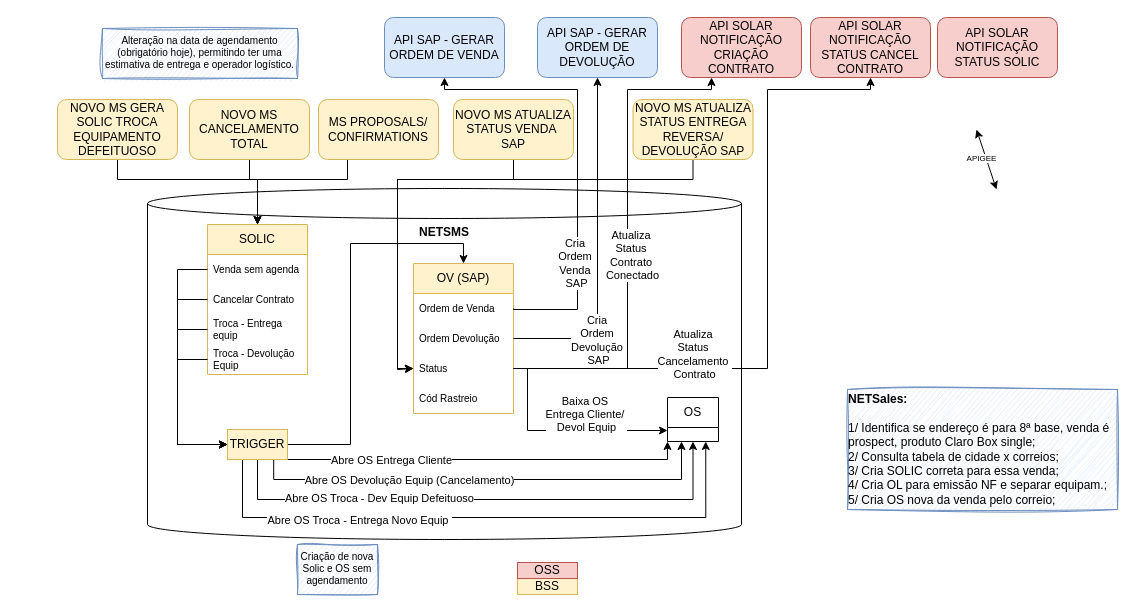
Earlier version of the draw.io diagram page "NETsales 8a base v11" (11 of 12) of 103976_106614-Entrega de equipamento via meio alternativo-Correios.drawio (samirali/ClaroBrasil). Source tidied: cells renumbered, new cells numbered last; positions are measured from the earlier drawing's top-left corner, leaving out a move shared by most shapes. Both pictures are drawn from the tidied source at 100%, with x=0, y=0 at pixel (57, 17).
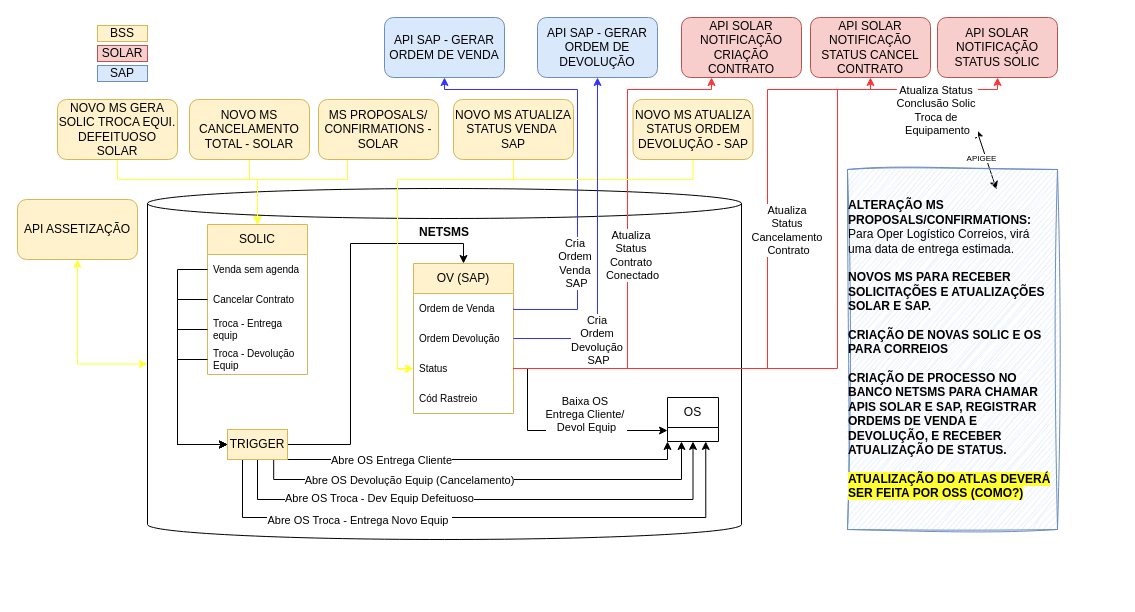
The same page after the edit.

Unchanged cells that the change refers to:
```xml
<mxCell id="2" value="&lt;b&gt;NETSMS&lt;/b&gt;" style="shape=cylinder3;whiteSpace=wrap;html=1;boundedLbl=1;backgroundOutline=1;size=15;verticalAlign=top;" parent="1" vertex="1">
  <mxGeometry x="90" y="171" width="594" height="351" as="geometry" />
</mxCell>
<mxCell id="29" value="API SAP - GERAR ORDEM DE VENDA" style="rounded=1;whiteSpace=wrap;html=1;fillColor=#dae8fc;strokeColor=#6c8ebf;" parent="1" vertex="1">
  <mxGeometry x="327" width="120" height="60" as="geometry" />
</mxCell>
<mxCell id="31" value="NOVO MS ATUALIZA STATUS VENDA&amp;nbsp; SAP" style="rounded=1;whiteSpace=wrap;html=1;fillColor=#fff2cc;strokeColor=#d6b656;" parent="1" vertex="1">
  <mxGeometry x="396" y="82" width="120" height="60" as="geometry" />
</mxCell>
<mxCell id="32" value="API SOLAR NOTIFICAÇÃO CRIAÇÃO CONTRATO" style="rounded=1;whiteSpace=wrap;html=1;fillColor=#f8cecc;strokeColor=#b85450;" parent="1" vertex="1">
  <mxGeometry x="624" width="120" height="60" as="geometry" />
</mxCell>
<mxCell id="33" value="SOLIC" style="swimlane;fontStyle=0;horizontal=1;startSize=30;whiteSpace=wrap;html=1;fillColor=#fff2cc;strokeColor=#d6b656;" parent="1" vertex="1">
  <mxGeometry x="150" y="207" width="100" height="150" as="geometry" />
</mxCell>
<mxCell id="39" value="Ordem de Venda" style="text;strokeColor=none;fillColor=none;align=left;verticalAlign=middle;spacingLeft=4;spacingRight=4;overflow=hidden;points=[[0,0.5],[1,0.5]];portConstraint=eastwest;whiteSpace=wrap;html=1;fontSize=10;" parent="38" vertex="1">
  <mxGeometry y="30" width="100" height="30" as="geometry" />
</mxCell>
<mxCell id="40" value="Ordem Devolução" style="text;strokeColor=none;fillColor=none;align=left;verticalAlign=middle;spacingLeft=4;spacingRight=4;overflow=hidden;points=[[0,0.5],[1,0.5]];portConstraint=eastwest;whiteSpace=wrap;html=1;fontSize=10;" parent="38" vertex="1">
  <mxGeometry y="60" width="100" height="30" as="geometry" />
</mxCell>
<mxCell id="41" value="Status" style="text;strokeColor=none;fillColor=none;align=left;verticalAlign=middle;spacingLeft=4;spacingRight=4;overflow=hidden;points=[[0,0.5],[1,0.5]];portConstraint=eastwest;whiteSpace=wrap;html=1;fontSize=10;" parent="38" vertex="1">
  <mxGeometry y="90" width="100" height="30" as="geometry" />
</mxCell>
<mxCell id="51" value="API SOLAR NOTIFICAÇÃO STATUS CANCEL CONTRATO" style="rounded=1;whiteSpace=wrap;html=1;fillColor=#f8cecc;strokeColor=#b85450;" parent="1" vertex="1">
  <mxGeometry x="753" width="120" height="60" as="geometry" />
</mxCell>
<mxCell id="56" value="API SAP - GERAR ORDEM DE DEVOLUÇÃO" style="rounded=1;whiteSpace=wrap;html=1;fillColor=#dae8fc;strokeColor=#6c8ebf;" parent="1" vertex="1">
  <mxGeometry x="480" width="120" height="60" as="geometry" />
</mxCell>
<mxCell id="63" value="API SOLAR NOTIFICAÇÃO STATUS SOLIC" style="rounded=1;whiteSpace=wrap;html=1;fillColor=#f8cecc;strokeColor=#b85450;" parent="1" vertex="1">
  <mxGeometry x="880" width="120" height="60" as="geometry" />
</mxCell>
```

Diff of the diagram source:
```diff
@@
-    <mxCell id="20" value="&lt;div style=&quot;text-align: left;&quot;&gt;&lt;span style=&quot;background-color: initial;&quot;&gt;&lt;b&gt;NETSales:&lt;/b&gt;&lt;/span&gt;&lt;/div&gt;&lt;span style=&quot;background-color: initial;&quot;&gt;&lt;div style=&quot;text-align: left;&quot;&gt;&lt;span style=&quot;background-color: initial;&quot;&gt;&lt;br&gt;&lt;/span&gt;&lt;/div&gt;&lt;div style=&quot;text-align: left;&quot;&gt;&lt;span style=&quot;background-color: initial;&quot;&gt;1/ Identifica se endereço é para 8ª base,&amp;nbsp;&lt;/span&gt;&lt;span style=&quot;background-color: initial;&quot;&gt;venda é prospect,&amp;nbsp;&lt;/span&gt;&lt;span style=&quot;background-color: initial;&quot;&gt;produto Claro Box&amp;nbsp;&lt;/span&gt;&lt;span style=&quot;background-color: initial;&quot;&gt;single;&lt;/span&gt;&lt;/div&gt;&lt;div style=&quot;text-align: left;&quot;&gt;&lt;span style=&quot;background-color: initial;&quot;&gt;2/ Consulta tabela de cidade x correios;&lt;/span&gt;&lt;br&gt;&lt;/div&gt;&lt;/span&gt;&lt;span style=&quot;background-color: initial;&quot;&gt;&lt;div style=&quot;text-align: left;&quot;&gt;&lt;span style=&quot;background-color: initial;&quot;&gt;3/&amp;nbsp;&lt;/span&gt;&lt;span style=&quot;background-color: initial;&quot;&gt;Cria SOLIC correta para essa venda;&lt;/span&gt;&lt;/div&gt;&lt;div style=&quot;text-align: left;&quot;&gt;&lt;span style=&quot;background-color: initial;&quot;&gt;4/ Cria OL para emissão NF e separar equipam.;&lt;/span&gt;&lt;/div&gt;&lt;div style=&quot;text-align: left;&quot;&gt;&lt;span style=&quot;background-color: initial;&quot;&gt;5/ Cria OS nova da venda pelo correio;&lt;/span&gt;&lt;/div&gt;&lt;/span&gt;" style="text;html=1;strokeColor=#6c8ebf;fillColor=#dae8fc;align=center;verticalAlign=middle;whiteSpace=wrap;rounded=0;sketch=1;curveFitting=1;jiggle=2;" parent="1" vertex="1">
-      <mxGeometry x="790" y="372" width="270" height="120" as="geometry" />
+    <mxCell id="20" value="&lt;div style=&quot;text-align: left;&quot;&gt;&lt;span style=&quot;background-color: initial;&quot;&gt;&lt;b&gt;ALTERAÇÃO MS PROPOSALS/CONFIRMATIONS:&lt;/b&gt;&lt;/span&gt;&lt;/div&gt;&lt;div style=&quot;background-color: initial; text-align: left;&quot;&gt;Para Oper Logístico Correios, virá uma data de entrega estimada.&lt;/div&gt;&lt;div style=&quot;background-color: initial; text-align: left;&quot;&gt;&lt;br&gt;&lt;/div&gt;&lt;div style=&quot;background-color: initial; text-align: left;&quot;&gt;&lt;b&gt;NOVOS MS PARA RECEBER SOLICITAÇÕES E ATUALIZAÇÕES SOLAR E SAP.&lt;/b&gt;&lt;/div&gt;&lt;div style=&quot;background-color: initial; text-align: left;&quot;&gt;&lt;br&gt;&lt;/div&gt;&lt;div style=&quot;background-color: initial; text-align: left;&quot;&gt;&lt;b&gt;CRIAÇÃO DE NOVAS SOLIC E OS PARA CORREIOS&lt;/b&gt;&lt;/div&gt;&lt;div style=&quot;background-color: initial; text-align: left;&quot;&gt;&lt;b&gt;&lt;br&gt;&lt;/b&gt;&lt;/div&gt;&lt;div style=&quot;background-color: initial; text-align: left;&quot;&gt;&lt;b&gt;CRIAÇÃO DE PROCESSO NO BANCO NETSMS PARA CHAMAR APIS SOLAR E SAP, REGISTRAR ORDEMS DE VENDA E DEVOLUÇÃO, E RECEBER ATUALIZAÇÃO DE STATUS.&lt;/b&gt;&lt;/div&gt;&lt;div style=&quot;background-color: initial; text-align: left;&quot;&gt;&lt;b&gt;&lt;br&gt;&lt;/b&gt;&lt;/div&gt;&lt;div style=&quot;text-align: left;&quot;&gt;&lt;b style=&quot;background-color: rgb(255, 255, 51);&quot;&gt;ATUALIZAÇÃO DO ATLAS DEVERÁ SER FEITA POR OSS (COMO?)&lt;/b&gt;&lt;/div&gt;" style="text;html=1;strokeColor=#6c8ebf;fillColor=#dae8fc;align=center;verticalAlign=middle;whiteSpace=wrap;rounded=0;sketch=1;curveFitting=1;jiggle=2;" parent="1" vertex="1">
+      <mxGeometry x="790" y="152" width="210" height="360" as="geometry" />
     </mxCell>
-    <mxCell id="21" style="edgeStyle=orthogonalEdgeStyle;rounded=0;jettySize=auto;html=1;entryX=0.5;entryY=0;entryDx=0;entryDy=0;exitX=0.25;exitY=1;exitDx=0;exitDy=0;" parent="1" edge="1" source="22" target="33">
+    <mxCell id="21" style="edgeStyle=orthogonalEdgeStyle;rounded=0;jettySize=auto;html=1;entryX=0.5;entryY=0;entryDx=0;entryDy=0;exitX=0.25;exitY=1;exitDx=0;exitDy=0;strokeColor=#FFFF33;" parent="1" edge="1" source="22" target="33">
       <mxGeometry relative="1" as="geometry">
         <Array as="points">
           <mxPoint x="290" y="142" />
           <mxPoint x="290" y="162" />
           <mxPoint x="200" y="162" />
         </Array>
       </mxGeometry>
     </mxCell>
-    <mxCell id="22" value="MS PROPOSALS/&lt;div&gt;CONFIRMATIONS&lt;/div&gt;" style="rounded=1;whiteSpace=wrap;html=1;fillColor=#fff2cc;strokeColor=#d6b656;" parent="1" vertex="1">
+    <mxCell id="22" value="MS PROPOSALS/&lt;div&gt;CONFIRMATIONS - SOLAR&lt;/div&gt;" style="rounded=1;whiteSpace=wrap;html=1;fillColor=#fff2cc;strokeColor=#d6b656;" parent="1" vertex="1">
       <mxGeometry x="261" y="82" width="120" height="60" as="geometry" />
     </mxCell>
-    <mxCell id="23" value="BSS" style="rounded=0;whiteSpace=wrap;html=1;fillColor=#fff2cc;strokeColor=#d6b656;" parent="1" vertex="1">
-      <mxGeometry x="460" y="561" width="60" height="16" as="geometry" />
-    </mxCell>
-    <mxCell id="24" value="OSS" style="rounded=0;whiteSpace=wrap;html=1;fillColor=#f8cecc;strokeColor=#b85450;" parent="1" vertex="1">
-      <mxGeometry x="460" y="545" width="60" height="16" as="geometry" />
-    </mxCell>
-    <mxCell id="25" style="edgeStyle=orthogonalEdgeStyle;rounded=0;jettySize=auto;html=1;entryX=0.25;entryY=1;entryDx=0;entryDy=0;exitX=1;exitY=0.5;exitDx=0;exitDy=0;" parent="1" edge="1" source="41" target="32">
+    <mxCell id="25" style="edgeStyle=orthogonalEdgeStyle;rounded=0;jettySize=auto;html=1;entryX=0.25;entryY=1;entryDx=0;entryDy=0;exitX=1;exitY=0.5;exitDx=0;exitDy=0;strokeColor=#FF3333;" parent="1" edge="1" source="41" target="32">
       <mxGeometry relative="1" as="geometry">
         <Array as="points">
           <mxPoint x="570" y="351" />
           <mxPoint x="570" y="72" />
           <mxPoint x="654" y="72" />
         </Array>
       </mxGeometry>
     </mxCell>
@@
-    <mxCell id="27" value="Alteração na data de agendamento (obrigatório hoje), permitindo ter uma estimativa de entrega e operador logístico.&lt;div style=&quot;font-size: 10px;&quot;&gt;&lt;br style=&quot;color: rgb(51, 51, 51); font-size: 10px;&quot;&gt;&lt;/div&gt;" style="text;html=1;strokeColor=#6c8ebf;fillColor=#dae8fc;align=center;verticalAlign=top;whiteSpace=wrap;rounded=0;sketch=1;curveFitting=1;jiggle=2;fontSize=10;" parent="1" vertex="1">
-      <mxGeometry x="45" y="11" width="195" height="50" as="geometry" />
-    </mxCell>
-    <mxCell id="28" value="&lt;div style=&quot;font-size: 10px;&quot;&gt;Criação de nova Solic e OS sem agendamento&lt;/div&gt;" style="text;html=1;strokeColor=#6c8ebf;fillColor=#dae8fc;align=center;verticalAlign=top;whiteSpace=wrap;rounded=0;sketch=1;curveFitting=1;jiggle=2;fontSize=10;" parent="1" vertex="1">
-      <mxGeometry x="240" y="527" width="80" height="50" as="geometry" />
-    </mxCell>
@@
-    <mxCell id="30" style="edgeStyle=orthogonalEdgeStyle;rounded=0;jettySize=auto;html=1;entryX=0;entryY=0.5;entryDx=0;entryDy=0;exitX=0.5;exitY=1;exitDx=0;exitDy=0;" parent="1" edge="1" source="31" target="41">
+    <mxCell id="30" style="edgeStyle=orthogonalEdgeStyle;rounded=0;jettySize=auto;html=1;entryX=0;entryY=0.5;entryDx=0;entryDy=0;exitX=0.5;exitY=1;exitDx=0;exitDy=0;strokeColor=#FFFF33;" parent="1" edge="1" source="31" target="41">
       <mxGeometry relative="1" as="geometry">
         <Array as="points">
           <mxPoint x="456" y="162" />
           <mxPoint x="340" y="162" />
           <mxPoint x="340" y="351" />
         </Array>
       </mxGeometry>
     </mxCell>
@@
-    <mxCell id="43" style="edgeStyle=orthogonalEdgeStyle;rounded=0;jettySize=auto;html=1;entryX=0.5;entryY=1;entryDx=0;entryDy=0;exitX=1;exitY=0.5;exitDx=0;exitDy=0;" parent="1" edge="1" source="39" target="29">
+    <mxCell id="43" style="edgeStyle=orthogonalEdgeStyle;rounded=0;jettySize=auto;html=1;entryX=0.5;entryY=1;entryDx=0;entryDy=0;exitX=1;exitY=0.5;exitDx=0;exitDy=0;strokeColor=#3333FF;" parent="1" edge="1" source="39" target="29">
       <mxGeometry relative="1" as="geometry">
         <Array as="points">
           <mxPoint x="456" y="292" />
           <mxPoint x="520" y="292" />
           <mxPoint x="520" y="72" />
           <mxPoint x="387" y="72" />
         </Array>
       </mxGeometry>
     </mxCell>
@@
-    <mxCell id="45" style="edgeStyle=orthogonalEdgeStyle;rounded=0;jettySize=auto;html=1;entryX=0.5;entryY=0;entryDx=0;entryDy=0;" parent="1" edge="1" source="46" target="33">
+    <mxCell id="45" style="edgeStyle=orthogonalEdgeStyle;rounded=0;jettySize=auto;html=1;entryX=0.5;entryY=0;entryDx=0;entryDy=0;strokeColor=#FFFF33;" parent="1" edge="1" source="46" target="33">
       <mxGeometry relative="1" as="geometry">
         <Array as="points">
           <mxPoint x="192" y="162" />
           <mxPoint x="200" y="162" />
         </Array>
       </mxGeometry>
     </mxCell>
-    <mxCell id="46" value="NOVO MS CANCELAMENTO TOTAL" style="rounded=1;whiteSpace=wrap;html=1;fillColor=#fff2cc;strokeColor=#d6b656;" parent="1" vertex="1">
+    <mxCell id="46" value="NOVO MS CANCELAMENTO TOTAL - SOLAR" style="rounded=1;whiteSpace=wrap;html=1;fillColor=#fff2cc;strokeColor=#d6b656;" parent="1" vertex="1">
       <mxGeometry x="132" y="82" width="120" height="60" as="geometry" />
     </mxCell>
@@
-    <mxCell id="49" style="edgeStyle=orthogonalEdgeStyle;rounded=0;jettySize=auto;html=1;entryX=0;entryY=0.5;entryDx=0;entryDy=0;" parent="1" edge="1" source="50" target="41">
+    <mxCell id="49" style="edgeStyle=orthogonalEdgeStyle;rounded=0;jettySize=auto;html=1;entryX=0;entryY=0.5;entryDx=0;entryDy=0;strokeColor=#FFFF33;" parent="1" edge="1" source="50" target="41">
       <mxGeometry relative="1" as="geometry">
         <Array as="points">
           <mxPoint x="636" y="162" />
           <mxPoint x="340" y="162" />
           <mxPoint x="340" y="352" />
         </Array>
       </mxGeometry>
     </mxCell>
-    <mxCell id="50" value="NOVO MS ATUALIZA STATUS ENTREGA REVERSA/ DEVOLUÇÃO SAP" style="rounded=1;whiteSpace=wrap;html=1;fillColor=#fff2cc;strokeColor=#d6b656;" parent="1" vertex="1">
+    <mxCell id="50" value="NOVO MS ATUALIZA STATUS ORDEM DEVOLUÇÃO - SAP" style="rounded=1;whiteSpace=wrap;html=1;fillColor=#fff2cc;strokeColor=#d6b656;" parent="1" vertex="1">
       <mxGeometry x="575.5" y="82" width="120" height="60" as="geometry" />
     </mxCell>
@@
-    <mxCell id="52" style="edgeStyle=orthogonalEdgeStyle;rounded=0;jettySize=auto;html=1;entryX=0.5;entryY=0;entryDx=0;entryDy=0;exitX=0.5;exitY=1;exitDx=0;exitDy=0;" parent="1" edge="1" source="53" target="33">
+    <mxCell id="52" style="edgeStyle=orthogonalEdgeStyle;rounded=0;jettySize=auto;html=1;entryX=0.5;entryY=0;entryDx=0;entryDy=0;exitX=0.5;exitY=1;exitDx=0;exitDy=0;strokeColor=#FFFF33;" parent="1" edge="1" source="53" target="33">
       <mxGeometry relative="1" as="geometry">
         <Array as="points">
           <mxPoint x="60" y="162" />
           <mxPoint x="200" y="162" />
         </Array>
       </mxGeometry>
     </mxCell>
-    <mxCell id="53" value="NOVO MS GERA SOLIC TROCA EQUIPAMENTO DEFEITUOSO" style="rounded=1;whiteSpace=wrap;html=1;fillColor=#fff2cc;strokeColor=#d6b656;" parent="1" vertex="1">
+    <mxCell id="53" value="NOVO MS GERA SOLIC TROCA EQUI. DEFEITUOSO SOLAR" style="rounded=1;whiteSpace=wrap;html=1;fillColor=#fff2cc;strokeColor=#d6b656;" parent="1" vertex="1">
       <mxGeometry y="82" width="120" height="60" as="geometry" />
     </mxCell>
@@
-    <mxCell id="59" style="edgeStyle=orthogonalEdgeStyle;rounded=0;jettySize=auto;html=1;entryX=0.5;entryY=1;entryDx=0;entryDy=0;" parent="1" edge="1" source="40" target="56">
+    <mxCell id="59" style="edgeStyle=orthogonalEdgeStyle;rounded=0;jettySize=auto;html=1;entryX=0.5;entryY=1;entryDx=0;entryDy=0;strokeColor=#3333FF;" parent="1" edge="1" source="40" target="56">
       <mxGeometry relative="1" as="geometry" />
     </mxCell>
@@
-    <mxCell id="61" style="edgeStyle=orthogonalEdgeStyle;rounded=0;jettySize=auto;html=1;entryX=0.5;entryY=1;entryDx=0;entryDy=0;" parent="1" edge="1" source="41" target="51">
+    <mxCell id="61" style="edgeStyle=orthogonalEdgeStyle;rounded=0;jettySize=auto;html=1;entryX=0.5;entryY=1;entryDx=0;entryDy=0;strokeColor=#FF3333;" parent="1" edge="1" source="41" target="51">
       <mxGeometry relative="1" as="geometry">
         <Array as="points">
           <mxPoint x="710" y="351" />
           <mxPoint x="710" y="72" />
           <mxPoint x="813" y="72" />
         </Array>
       </mxGeometry>
     </mxCell>
     <mxCell id="62" value="Atualiza&amp;nbsp;&lt;div&gt;Status&amp;nbsp;&lt;/div&gt;&lt;div&gt;Cancelamento&amp;nbsp;&lt;/div&gt;&lt;div&gt;Contrato&lt;/div&gt;" style="edgeLabel;html=1;align=center;verticalAlign=middle;" parent="61" vertex="1">
       <mxGeometry x="0.28" y="2" relative="1" as="geometry">
-        <mxPoint x="-72" y="146" as="offset" />
+        <mxPoint x="22" y="22" as="offset" />
       </mxGeometry>
     </mxCell>
@@
+    <mxCell id="64" style="edgeStyle=orthogonalEdgeStyle;rounded=0;jettySize=auto;html=1;entryX=0.5;entryY=1;entryDx=0;entryDy=0;fillColor=#f8cecc;strokeColor=#FF3333;" parent="1" edge="1" source="41" target="63">
+      <mxGeometry relative="1" as="geometry">
+        <Array as="points">
+          <mxPoint x="780" y="351" />
+          <mxPoint x="780" y="72" />
+          <mxPoint x="940" y="72" />
+        </Array>
+      </mxGeometry>
+    </mxCell>
+    <mxCell id="65" value="Atualiza Status&amp;nbsp;&lt;div&gt;Conclusão Solic&amp;nbsp;&lt;/div&gt;&lt;div&gt;Troca de&amp;nbsp;&lt;/div&gt;&lt;div&gt;Equipamento&lt;/div&gt;" style="edgeLabel;html=1;align=center;verticalAlign=middle;" parent="64" vertex="1">
+      <mxGeometry x="0.59" y="-2" relative="1" as="geometry">
+        <mxPoint x="86" y="18" as="offset" />
+      </mxGeometry>
+    </mxCell>
+    <mxCell id="66" style="group;" parent="1" vertex="1">
+      <mxGeometry x="40" y="8" width="50" height="56" as="geometry" />
+    </mxCell>
+    <mxCell id="23" value="&lt;div&gt;&lt;span style=&quot;background-color: initial;&quot;&gt;BSS&lt;/span&gt;&lt;br&gt;&lt;/div&gt;" style="rounded=0;whiteSpace=wrap;html=1;fillColor=#fff2cc;strokeColor=#d6b656;" parent="66" vertex="1">
+      <mxGeometry width="50" height="16" as="geometry" />
+    </mxCell>
+    <mxCell id="24" value="SOLAR" style="rounded=0;whiteSpace=wrap;html=1;fillColor=#f8cecc;strokeColor=#b85450;" parent="66" vertex="1">
+      <mxGeometry y="20" width="50" height="16" as="geometry" />
+    </mxCell>
+    <mxCell id="67" value="SAP" style="rounded=0;whiteSpace=wrap;html=1;fillColor=#dae8fc;strokeColor=#6c8ebf;" parent="66" vertex="1">
+      <mxGeometry y="40" width="50" height="16" as="geometry" />
+    </mxCell>
+    <mxCell id="68" value="API ASSETIZAÇÃO" style="rounded=1;whiteSpace=wrap;html=1;fillColor=#fff2cc;strokeColor=#d6b656;" parent="1" vertex="1">
+      <mxGeometry x="-40" y="182" width="120" height="60" as="geometry" />
+    </mxCell>
+    <mxCell id="69" style="edgeStyle=orthogonalEdgeStyle;rounded=0;jettySize=auto;html=1;entryX=0;entryY=0.5;entryDx=0;entryDy=0;entryPerimeter=0;exitX=0.5;exitY=1;exitDx=0;exitDy=0;startArrow=classic;startFill=1;strokeColor=#FFFF33;" parent="1" edge="1" source="68" target="2">
+      <mxGeometry relative="1" as="geometry" />
+    </mxCell>
```
